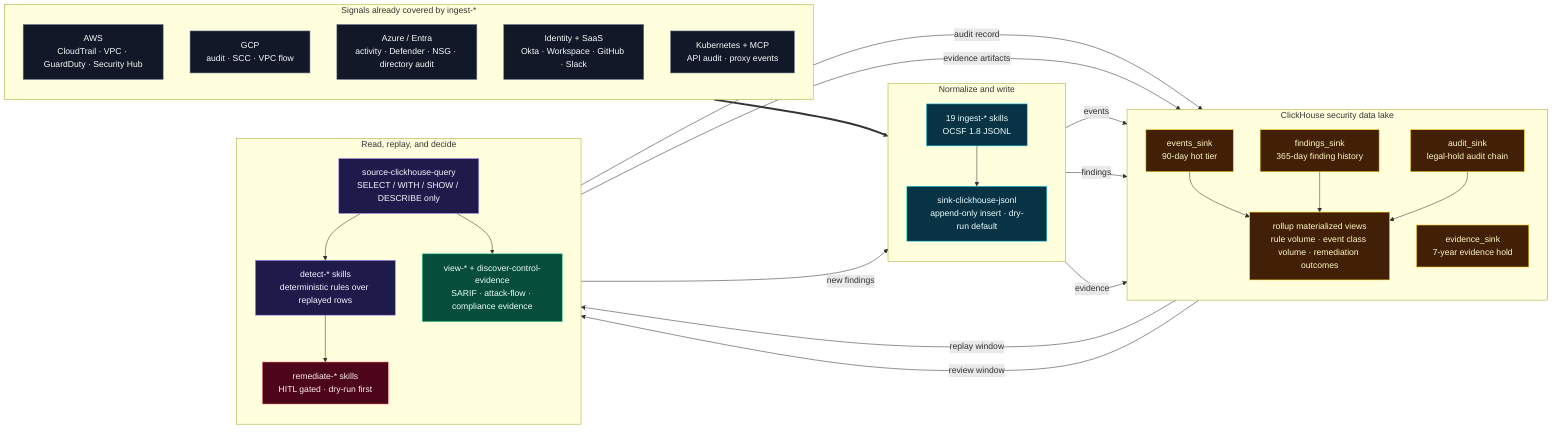
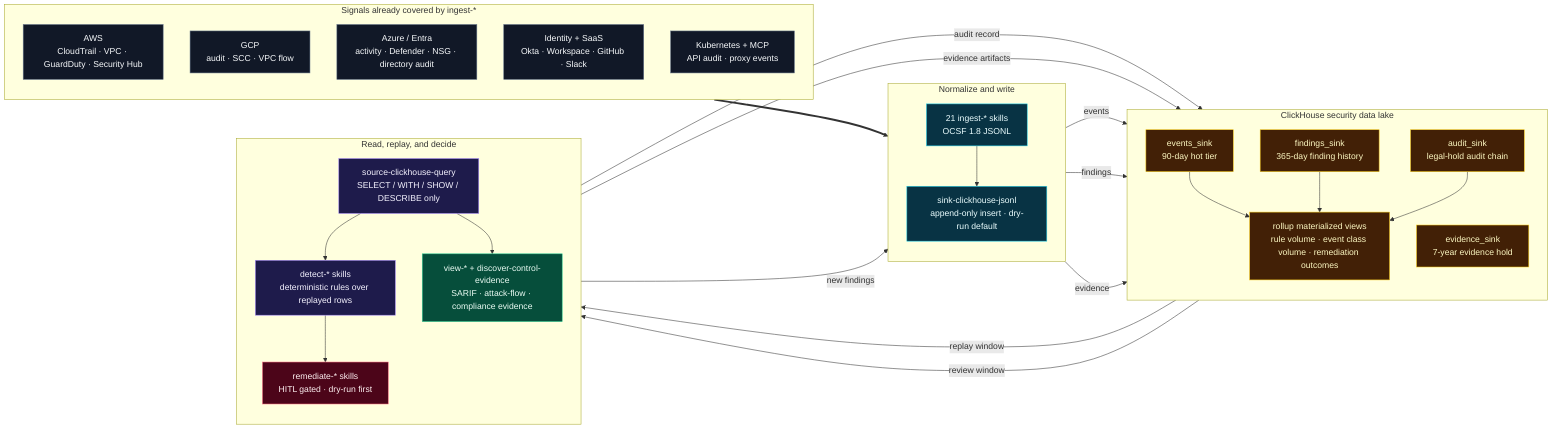
%% ClickHouse security data lake — closed-loop lanes.
%% Hero-narrative companion to docs/CLICKHOUSE_DATA_LAKE.md.
%% Render with `mmdc -i clickhouse-data-lake.mmd -o clickhouse-data-lake.svg`.

flowchart LR
    classDef signal    fill:#111827,stroke:#64748b,color:#f8fafc
    classDef transform fill:#083344,stroke:#22d3ee,color:#ecfeff
    classDef lake      fill:#422006,stroke:#facc15,color:#fef9c3
    classDef query     fill:#1e1b4b,stroke:#a78bfa,color:#f5f3ff
    classDef output    fill:#064e3b,stroke:#34d399,color:#ecfdf5
    classDef audit     fill:#4c0519,stroke:#fb7185,color:#fff1f2

    subgraph SIG["Signals already covered by ingest-*"]
      direction TB
      AWS["AWS<br/>CloudTrail · VPC · GuardDuty · Security Hub"]:::signal
      GCP["GCP<br/>audit · SCC · VPC flow"]:::signal
      AZ["Azure / Entra<br/>activity · Defender · NSG · directory audit"]:::signal
      IDP["Identity + SaaS<br/>Okta · Workspace · GitHub · Slack"]:::signal
      KSP["Kubernetes + MCP<br/>API audit · proxy events"]:::signal
    end

    subgraph L1["Normalize and write"]
      direction TB
-       ING["19 ingest-* skills<br/>OCSF 1.8 JSONL"]:::transform
+       ING["21 ingest-* skills<br/>OCSF 1.8 JSONL"]:::transform
      SINK["sink-clickhouse-jsonl<br/>append-only insert · dry-run default"]:::transform
    end

    subgraph LAKE["ClickHouse security data lake"]
      direction TB
      HOT["events_sink<br/>90-day hot tier"]:::lake
      FIND["findings_sink<br/>365-day finding history"]:::lake
      EVID["evidence_sink<br/>7-year evidence hold"]:::lake
      AUD["audit_sink<br/>legal-hold audit chain"]:::lake
      MV["rollup materialized views<br/>rule volume · event class volume · remediation outcomes"]:::lake
    end

    subgraph REPLAY["Read, replay, and decide"]
      direction TB
      SRC["source-clickhouse-query<br/>SELECT / WITH / SHOW / DESCRIBE only"]:::query
      DET["detect-* skills<br/>deterministic rules over replayed rows"]:::query
      VIEW["view-* + discover-control-evidence<br/>SARIF · attack-flow · compliance evidence"]:::output
      REM["remediate-* skills<br/>HITL gated · dry-run first"]:::audit
    end

    SIG ==> ING
    ING --> SINK
    SINK -- "events" --> HOT
    SINK -- "findings" --> FIND
    SINK -- "evidence" --> EVID
    HOT --> MV
    FIND --> MV
    AUD --> MV
    HOT -- "replay window" --> SRC
    FIND -- "review window" --> SRC
    SRC --> DET
    SRC --> VIEW
    DET -- "new findings" --> SINK
    DET --> REM
    REM -- "audit record" --> AUD
    VIEW -- "evidence artifacts" --> EVID
